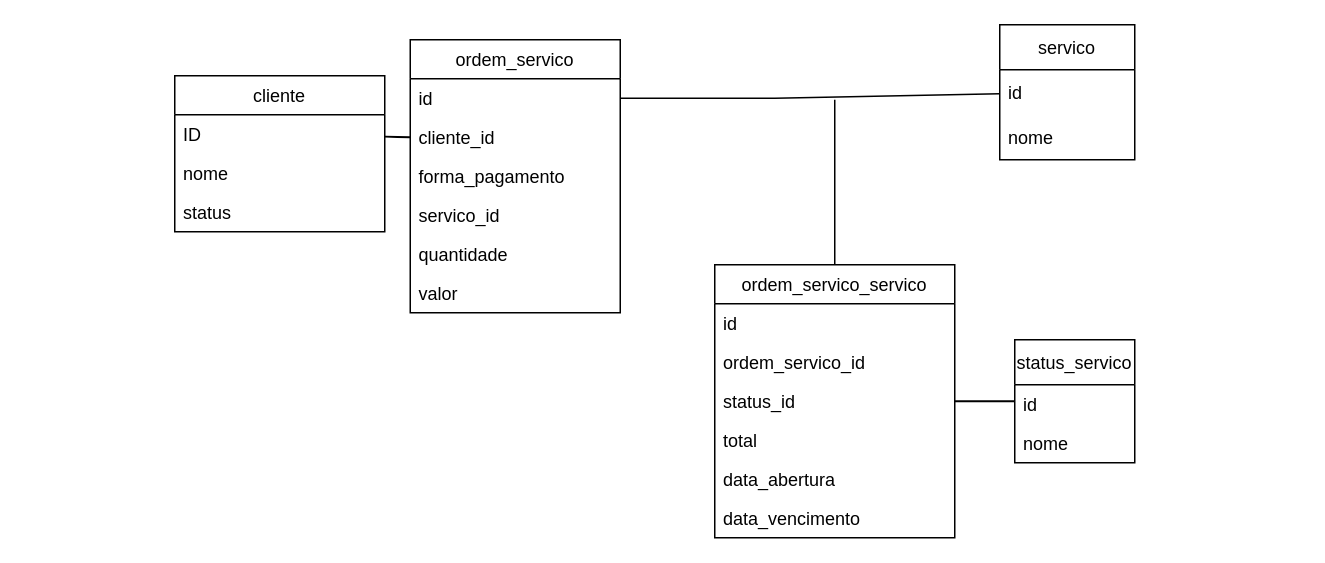
The draw.io diagram DiagramasDeClasses/OrdemDeServico.drawio in rodrigoDev6/SobraQuanto, before the edit. Source tidied: cells renumbered, new cells numbered last; positions are measured from the earlier drawing's top-left corner, leaving out a move shared by most shapes. Both pictures are drawn from the tidied source at 150%, with x=0, y=0 at pixel (174, 24).
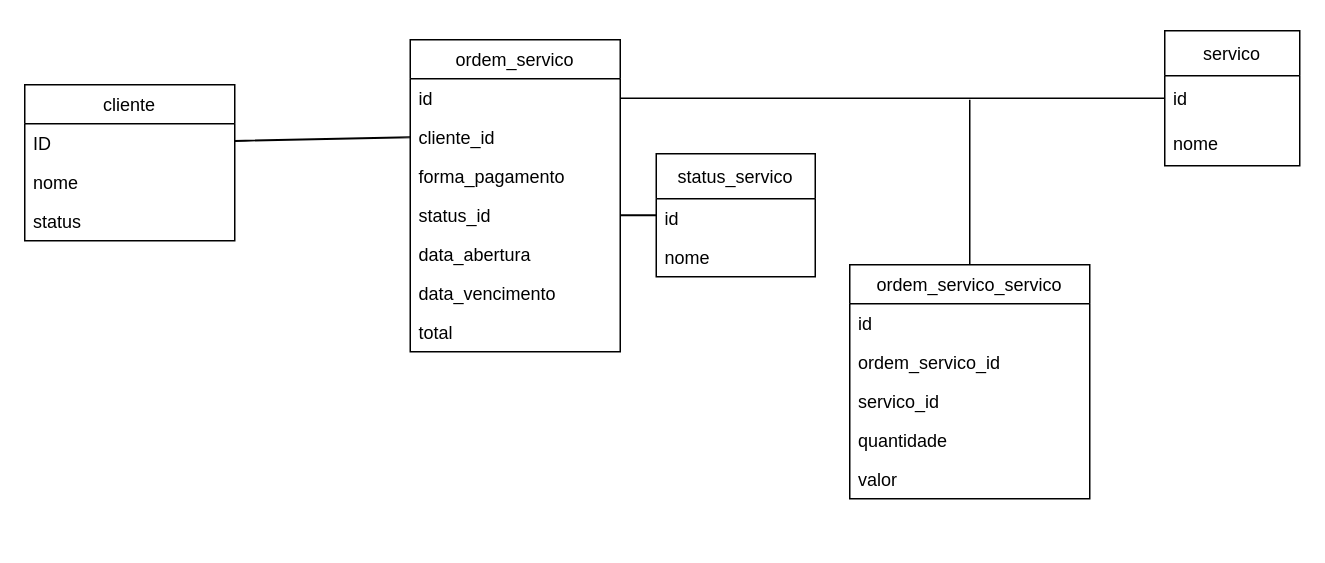
The same diagram, later.

Change to the diagram source:
```diff
@@
     <mxCell id="2" value="status_servico" style="swimlane;fontStyle=0;horizontal=1;startSize=30;fillColor=none;" parent="1" vertex="1">
-      <mxGeometry x="560" y="210" width="80" height="82" as="geometry" />
+      <mxGeometry x="321" y="86" width="106" height="82" as="geometry" />
     </mxCell>
     <mxCell id="3" value="id" style="text;strokeColor=none;fillColor=none;align=left;verticalAlign=top;spacingLeft=4;spacingRight=4;overflow=hidden;" parent="2" vertex="1">
-      <mxGeometry y="30" width="80" height="26" as="geometry" />
+      <mxGeometry y="30" width="106" height="26" as="geometry" />
     </mxCell>
     <mxCell id="4" value="nome" style="text;strokeColor=none;fillColor=none;align=left;verticalAlign=top;spacingLeft=4;spacingRight=4;overflow=hidden;" parent="2" vertex="1">
-      <mxGeometry y="56" width="80" height="26" as="geometry" />
+      <mxGeometry y="56" width="106" height="26" as="geometry" />
     </mxCell>
     <mxCell id="5" value="servico" style="swimlane;fontStyle=0;horizontal=1;startSize=30;" parent="1" vertex="1">
-      <mxGeometry x="550" width="90" height="90" as="geometry" />
+      <mxGeometry x="660" y="4" width="90" height="90" as="geometry" />
     </mxCell>
@@
     <mxCell id="8" style="edgeStyle=none;html=1;exitX=0.5;exitY=0;exitDx=0;exitDy=0;shape=link;width=0;" parent="1" edge="1" source="9">
       <mxGeometry relative="1" as="geometry">
-        <mxPoint x="440" y="50" as="targetPoint" />
+        <mxPoint x="530" y="50" as="targetPoint" />
       </mxGeometry>
     </mxCell>
     <mxCell id="9" value="ordem_servico_servico" style="swimlane;fontStyle=0;horizontal=1;startSize=26;fillColor=none;" parent="1" vertex="1">
-      <mxGeometry x="360" y="160" width="160" height="182" as="geometry" />
+      <mxGeometry x="450" y="160" width="160" height="156" as="geometry" />
     </mxCell>
@@
-    <mxCell id="12" value="status_id" style="text;strokeColor=none;fillColor=none;align=left;verticalAlign=top;spacingLeft=4;spacingRight=4;overflow=hidden;points=[[0,0.5],[1,0.5]];portConstraint=eastwest;" parent="9" vertex="1">
-      <mxGeometry y="78" width="160" height="26" as="geometry" />
-    </mxCell>
+    <mxCell id="24" value="servico_id" style="text;strokeColor=none;fillColor=none;align=left;verticalAlign=top;spacingLeft=4;spacingRight=4;overflow=hidden;" parent="9" vertex="1">
+      <mxGeometry y="78" width="160" height="26" as="geometry" />
+    </mxCell>
+    <mxCell id="25" value="quantidade" style="text;strokeColor=none;fillColor=none;align=left;verticalAlign=top;spacingLeft=4;spacingRight=4;overflow=hidden;" parent="9" vertex="1">
+      <mxGeometry y="104" width="160" height="26" as="geometry" />
+    </mxCell>
-    <mxCell id="13" value="total" style="text;strokeColor=none;fillColor=none;align=left;verticalAlign=top;spacingLeft=4;spacingRight=4;overflow=hidden;" parent="9" vertex="1">
-      <mxGeometry y="104" width="160" height="26" as="geometry" />
+    <mxCell id="13" value="valor" style="text;strokeColor=none;fillColor=none;align=left;verticalAlign=top;spacingLeft=4;spacingRight=4;overflow=hidden;" parent="9" vertex="1">
+      <mxGeometry y="130" width="160" height="26" as="geometry" />
     </mxCell>
-    <mxCell id="14" value="data_abertura" style="text;strokeColor=none;fillColor=none;align=left;verticalAlign=top;spacingLeft=4;spacingRight=4;overflow=hidden;" parent="9" vertex="1">
-      <mxGeometry y="130" width="160" height="26" as="geometry" />
-    </mxCell>
-    <mxCell id="15" value="data_vencimento" style="text;strokeColor=none;fillColor=none;align=left;verticalAlign=top;spacingLeft=4;spacingRight=4;overflow=hidden;" parent="9" vertex="1">
-      <mxGeometry y="156" width="160" height="26" as="geometry" />
-    </mxCell>
     <mxCell id="16" value="cliente" style="swimlane;fontStyle=0;horizontal=1;startSize=26;fillColor=none;" parent="1" vertex="1">
-      <mxGeometry y="34" width="140" height="104" as="geometry" />
+      <mxGeometry x="-100" y="40" width="140" height="104" as="geometry" />
     </mxCell>
@@
     <mxCell id="20" value="ordem_servico" style="swimlane;fontStyle=0;horizontal=1;startSize=26;fillColor=none;" parent="1" vertex="1">
-      <mxGeometry x="157" y="10" width="140" height="182" as="geometry" />
+      <mxGeometry x="157" y="10" width="140" height="208" as="geometry" />
     </mxCell>
@@
-    <mxCell id="24" value="servico_id" style="text;strokeColor=none;fillColor=none;align=left;verticalAlign=top;spacingLeft=4;spacingRight=4;overflow=hidden;" parent="20" vertex="1">
-      <mxGeometry y="104" width="140" height="26" as="geometry" />
-    </mxCell>
-    <mxCell id="25" value="quantidade" style="text;strokeColor=none;fillColor=none;align=left;verticalAlign=top;spacingLeft=4;spacingRight=4;overflow=hidden;" parent="20" vertex="1">
-      <mxGeometry y="130" width="140" height="26" as="geometry" />
-    </mxCell>
+    <mxCell id="12" value="status_id" style="text;strokeColor=none;fillColor=none;align=left;verticalAlign=top;spacingLeft=4;spacingRight=4;overflow=hidden;points=[[0,0.5],[1,0.5]];portConstraint=eastwest;" parent="20" vertex="1">
+      <mxGeometry y="104" width="140" height="26" as="geometry" />
+    </mxCell>
+    <mxCell id="14" value="data_abertura" style="text;strokeColor=none;fillColor=none;align=left;verticalAlign=top;spacingLeft=4;spacingRight=4;overflow=hidden;" parent="20" vertex="1">
+      <mxGeometry y="130" width="140" height="26" as="geometry" />
+    </mxCell>
+    <mxCell id="15" value="data_vencimento" style="text;strokeColor=none;fillColor=none;align=left;verticalAlign=top;spacingLeft=4;spacingRight=4;overflow=hidden;" parent="20" vertex="1">
+      <mxGeometry y="156" width="140" height="26" as="geometry" />
+    </mxCell>
-    <mxCell id="26" value="valor" style="text;strokeColor=none;fillColor=none;align=left;verticalAlign=top;spacingLeft=4;spacingRight=4;overflow=hidden;" parent="20" vertex="1">
-      <mxGeometry y="156" width="140" height="26" as="geometry" />
+    <mxCell id="26" value="total" style="text;strokeColor=none;fillColor=none;align=left;verticalAlign=top;spacingLeft=4;spacingRight=4;overflow=hidden;" parent="20" vertex="1">
+      <mxGeometry y="182" width="140" height="26" as="geometry" />
     </mxCell>
```
